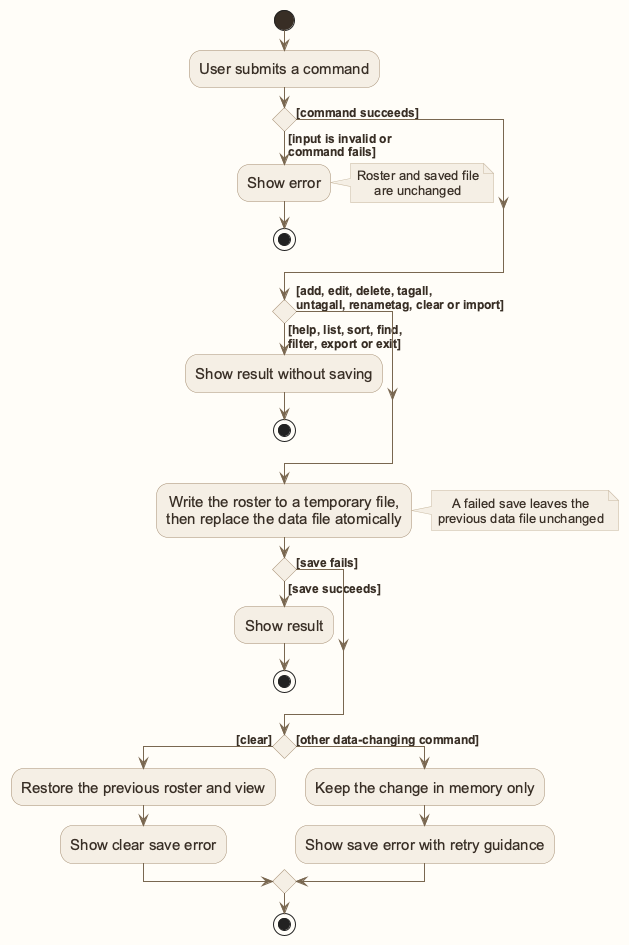
This is docs/images/AutomaticSavingData.png from AY2627S1-CS2103T-W12-1/tp, a PlantUML export, as it was before one commit.
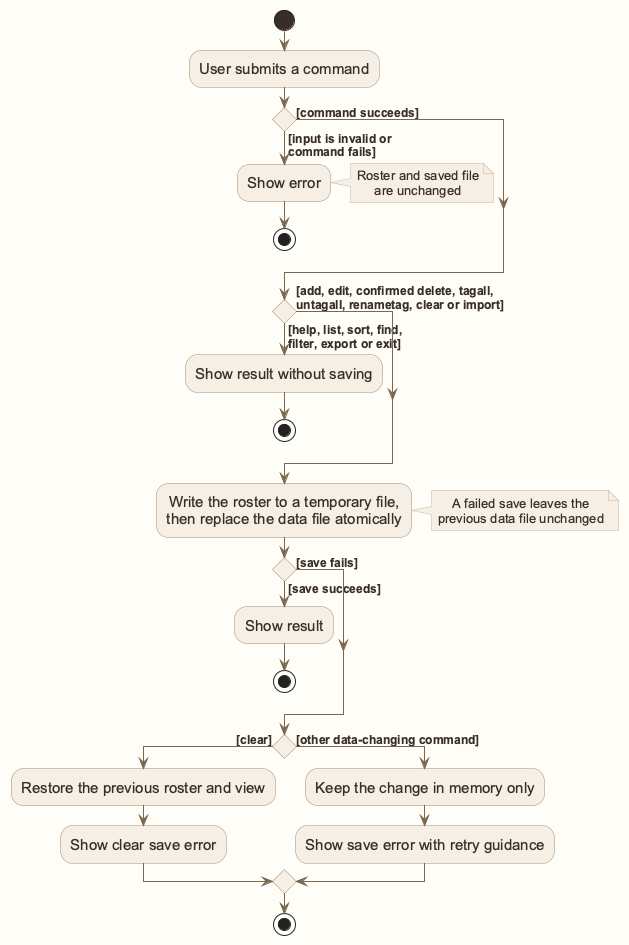
The same diagram one commit later.

Commit message:
Update guides for confirmed deletions

Diff of the diagram source:
```diff
@@ -1,5 +1,4 @@
 @startuml
-!pragma layout smetana
 !include style.puml
 skinparam ActivityFontSize 15
 skinparam ArrowFontSize 12
@@ -24,7 +23,7 @@
 filter, export or exit])
     :Show result without saving;
     stop
-else ([add, edit, delete, tagall,
+else ([add, edit, confirmed delete, tagall,
 untagall, renametag, clear or import])
 endif
 
```
